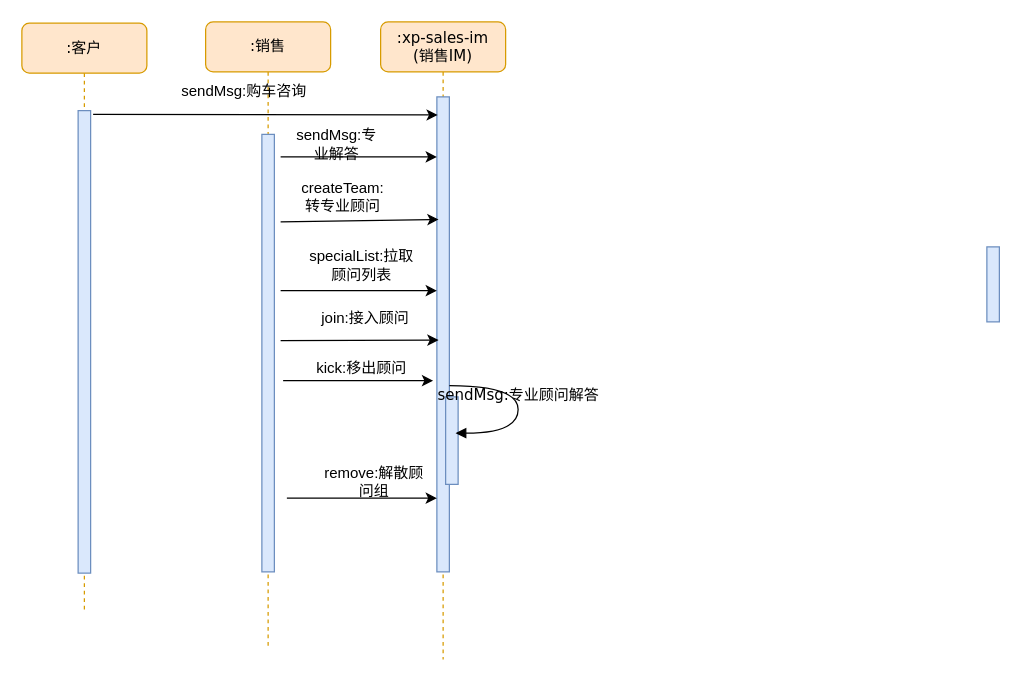
zhangchuhu/drawio keeps this draw.io diagram as arch/sns/sendMsg.drawio. Above is the earlier version. Source tidied: cells renumbered, new cells numbered last; positions are measured from the earlier drawing's top-left corner, leaving out a move shared by most shapes. Both pictures are drawn from the tidied source at 125%, with x=0, y=0 at pixel (21, 21).
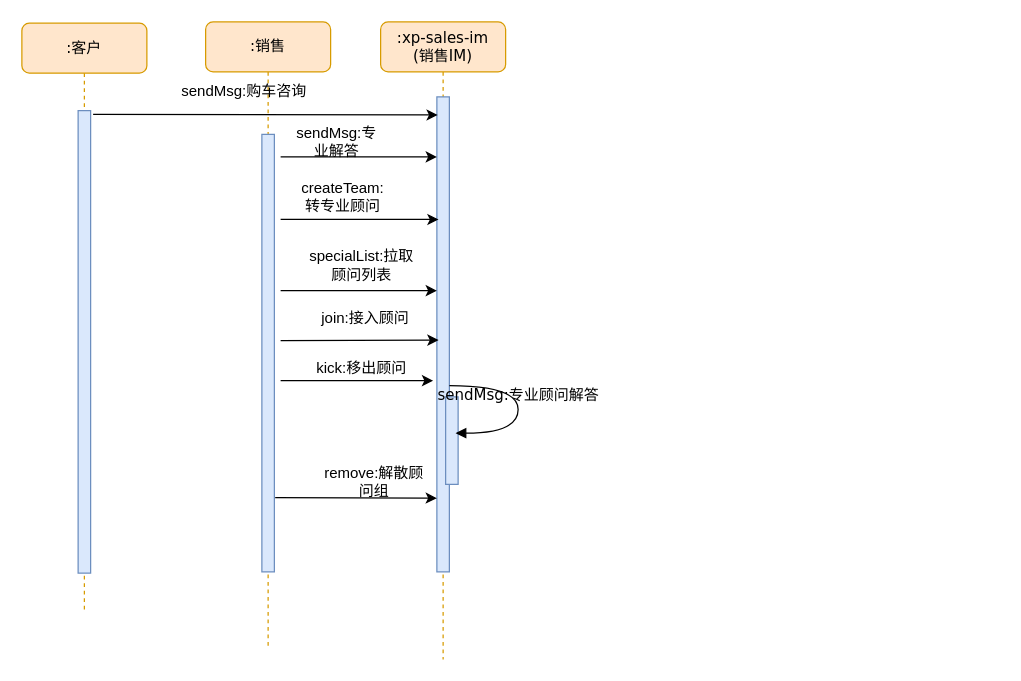
The same diagram, later.

The change refers to these unchanged cells:
```xml
<mxCell id="3" style="html=1;points=[];perimeter=orthogonalPerimeter;rounded=0;shadow=0;comic=0;labelBackgroundColor=none;strokeWidth=1;fontFamily=Verdana;fontSize=12;align=center;fillColor=#dae8fc;strokeColor=#6c8ebf;" parent="2" vertex="1">
  <mxGeometry x="45" y="60" width="10" height="380" as="geometry" />
</mxCell>
<mxCell id="5" style="html=1;points=[];perimeter=orthogonalPerimeter;rounded=0;shadow=0;comic=0;labelBackgroundColor=none;strokeWidth=1;fontFamily=Verdana;fontSize=12;align=center;fillColor=#dae8fc;strokeColor=#6c8ebf;" parent="4" vertex="1">
  <mxGeometry x="45" y="90" width="10" height="350" as="geometry" />
</mxCell>
```

What changed in the source:
```diff
@@
-    <mxCell id="6" style="html=1;perimeter=orthogonalPerimeter;rounded=0;shadow=0;comic=0;labelBackgroundColor=none;strokeWidth=1;fontFamily=Verdana;fontSize=12;align=center;fillColor=#dae8fc;strokeColor=#6c8ebf;" parent="1" vertex="1">
-      <mxGeometry x="772" y="180" width="10" height="60" as="geometry" />
-    </mxCell>
@@
     <mxCell id="14" value="sendMsg:专业解答" style="text;html=1;strokeColor=none;fillColor=none;align=center;verticalAlign=middle;whiteSpace=wrap;rounded=0;" parent="1" vertex="1">
-      <mxGeometry x="217" y="88" width="70" height="20" as="geometry" />
+      <mxGeometry x="217" y="86" width="70" height="20" as="geometry" />
     </mxCell>
     <mxCell id="15" style="endArrow=classic;html=1;entryX=0.133;entryY=0.258;entryDx=0;entryDy=0;entryPerimeter=0;" parent="1" edge="1" target="3">
       <mxGeometry relative="1" as="geometry">
-        <mxPoint x="207" y="160" as="sourcePoint" />
+        <mxPoint x="207" y="158" as="sourcePoint" />
       </mxGeometry>
     </mxCell>
@@
     <mxCell id="21" style="endArrow=classic;html=1;" parent="1" edge="1">
       <mxGeometry relative="1" as="geometry">
-        <mxPoint x="209" y="287" as="sourcePoint" />
+        <mxPoint x="207" y="287" as="sourcePoint" />
         <mxPoint x="329" y="287" as="targetPoint" />
       </mxGeometry>
     </mxCell>
@@
-    <mxCell id="24" style="endArrow=classic;html=1;" parent="1" edge="1">
+    <mxCell id="24" style="endArrow=classic;html=1;exitX=1.067;exitY=0.83;exitDx=0;exitDy=0;exitPerimeter=0;" parent="1" edge="1" source="5">
       <mxGeometry relative="1" as="geometry">
-        <mxPoint x="212" y="381" as="sourcePoint" />
         <mxPoint x="332" y="381" as="targetPoint" />
       </mxGeometry>
     </mxCell>
```
